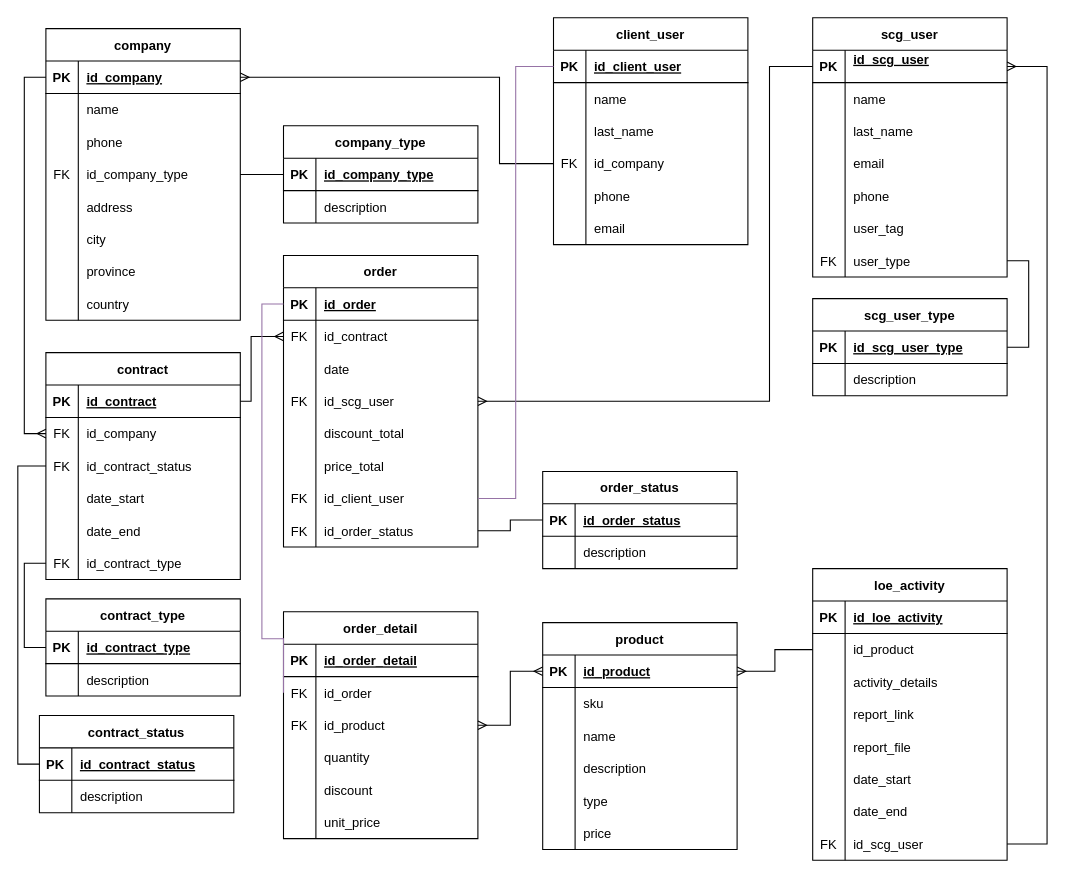
ismgonza/scg keeps this draw.io diagram as scg_main_db.drawio. Above is the earlier version. Source tidied: cells renumbered, new cells numbered last; positions are measured from the earlier drawing's top-left corner, leaving out a move shared by most shapes. Both pictures are drawn from the tidied source at 108%, with x=0, y=0 at pixel (39, 17).
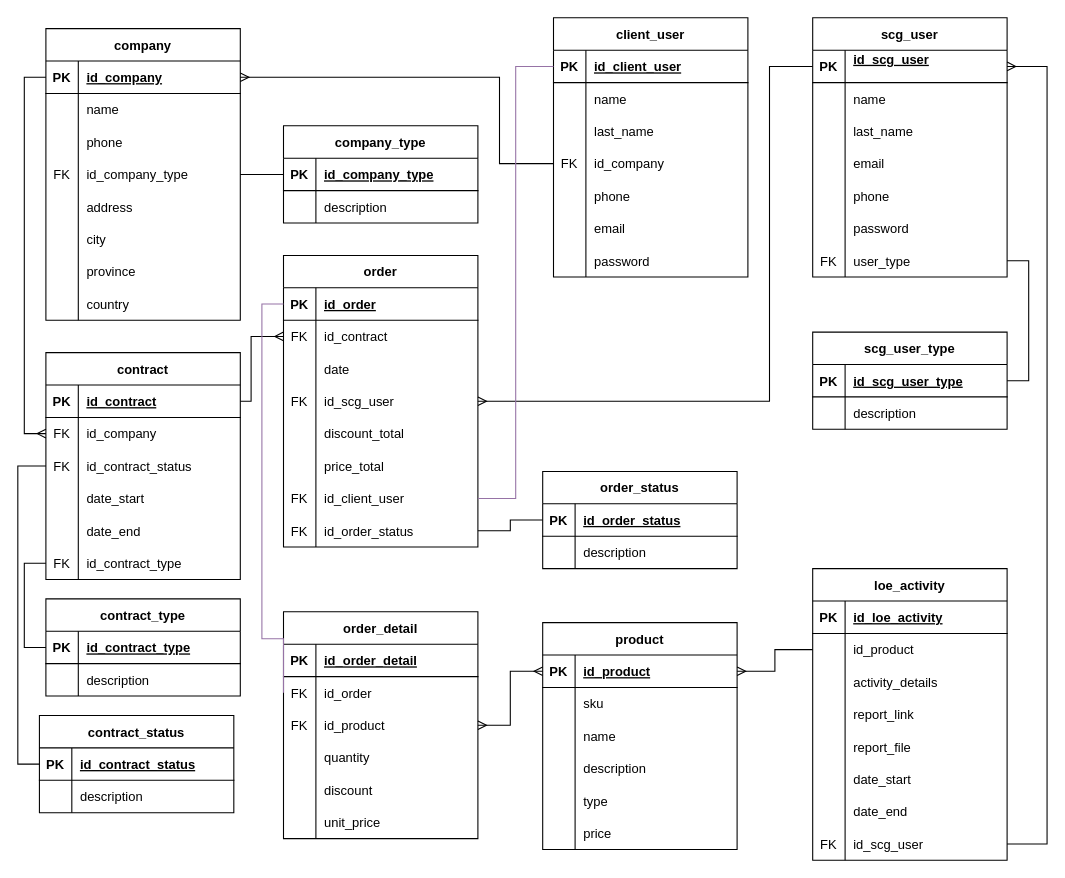
The same page after the edit.

Unchanged cells that the change refers to:
```xml
<mxCell id="192" style="shape=tableRow;horizontal=0;startSize=0;swimlaneHead=0;swimlaneBody=0;fillColor=none;top=0;left=0;right=0;bottom=0;" parent="176" vertex="1">
  <mxGeometry y="180" width="180" height="30" as="geometry" />
</mxCell>
<mxCell id="195" style="shape=tableRow;horizontal=0;startSize=0;swimlaneHead=0;swimlaneBody=0;fillColor=none;points=[[0,0.5],[1,0.5]];portConstraint=eastwest;top=0;left=0;right=0;bottom=0;" parent="176" vertex="1">
  <mxGeometry y="210" width="180" height="30" as="geometry" />
</mxCell>
<mxCell id="199" style="shape=tableRow;horizontal=0;startSize=0;swimlaneHead=0;swimlaneBody=0;fillColor=none;points=[[0,0.5],[1,0.5]];portConstraint=eastwest;top=0;left=0;right=0;bottom=1;" parent="198" vertex="1">
  <mxGeometry y="30" width="180" height="30" as="geometry" />
</mxCell>
```

Change to the diagram source:
```diff
@@
     <mxCell id="2" value="client_user" style="shape=table;startSize=30;childLayout=tableLayout;rowLines=0;fontStyle=1;align=center;" parent="1" vertex="1">
-      <mxGeometry x="476" width="180" height="210" as="geometry" />
+      <mxGeometry x="476" width="180" height="240" as="geometry" />
     </mxCell>
@@
+    <mxCell id="224" style="shape=tableRow;horizontal=0;startSize=0;swimlaneHead=0;swimlaneBody=0;fillColor=none;top=0;left=0;right=0;bottom=0;" parent="2" vertex="1">
+      <mxGeometry y="210" width="180" height="30" as="geometry" />
+    </mxCell>
+    <mxCell id="225" style="shape=partialRectangle;fillColor=none;top=0;left=0;bottom=0;right=0;overflow=hidden;" parent="224" vertex="1">
+      <mxGeometry width="30" height="30" as="geometry" />
+    </mxCell>
+    <mxCell id="226" value="password" style="shape=partialRectangle;fillColor=none;top=0;left=0;bottom=0;right=0;align=left;spacingLeft=6;overflow=hidden;" parent="224" vertex="1">
+      <mxGeometry x="30" width="150" height="30" as="geometry" />
+    </mxCell>
@@
-    <mxCell id="194" value="user_tag" style="shape=partialRectangle;fillColor=none;top=0;left=0;bottom=0;right=0;align=left;spacingLeft=6;overflow=hidden;" parent="192" vertex="1">
+    <mxCell id="194" value="password" style="shape=partialRectangle;fillColor=none;top=0;left=0;bottom=0;right=0;align=left;spacingLeft=6;overflow=hidden;" parent="192" vertex="1">
       <mxGeometry x="30" width="150" height="30" as="geometry" />
     </mxCell>
@@
     <mxCell id="198" value="scg_user_type" style="shape=table;startSize=30;childLayout=tableLayout;rowLines=0;fontStyle=1;align=center;" parent="1" vertex="1">
-      <mxGeometry x="716" y="260" width="180" height="90" as="geometry" />
+      <mxGeometry x="716" y="291" width="180" height="90" as="geometry" />
     </mxCell>
@@
     <mxCell id="205" style="edgeStyle=orthogonalEdgeStyle;rounded=0;jettySize=auto;html=1;exitX=1;exitY=0.5;exitDx=0;exitDy=0;entryX=1;entryY=0.5;entryDx=0;entryDy=0;startArrow=none;startFill=0;endArrow=none;endFill=0;" parent="1" edge="1" source="195" target="199">
       <mxGeometry relative="1" as="geometry">
         <Array as="points">
           <mxPoint x="916" y="225" />
-          <mxPoint x="916" y="305" />
+          <mxPoint x="916" y="336" />
         </Array>
       </mxGeometry>
     </mxCell>
```
